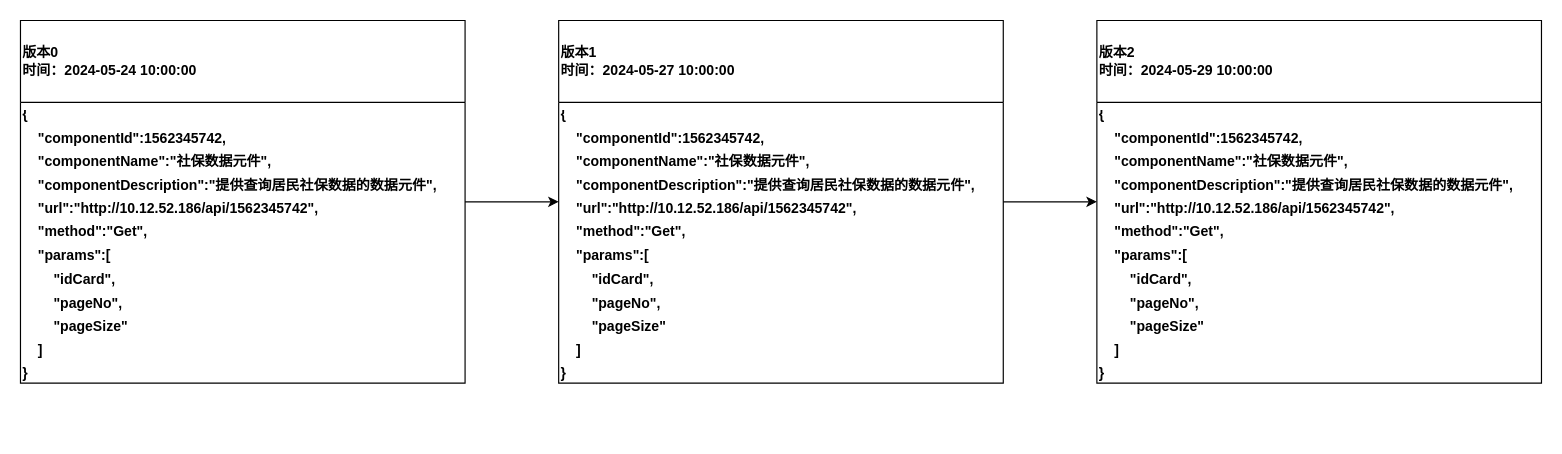
Earlier version of the draw.io diagram diagrams/history-chain.drawio (cenxi/utils). Source tidied: cells renumbered, new cells numbered last; positions are measured from the earlier drawing's top-left corner, leaving out a move shared by most shapes. Both pictures are drawn from the tidied source at 117%, with x=0, y=0 at pixel (20, 20).
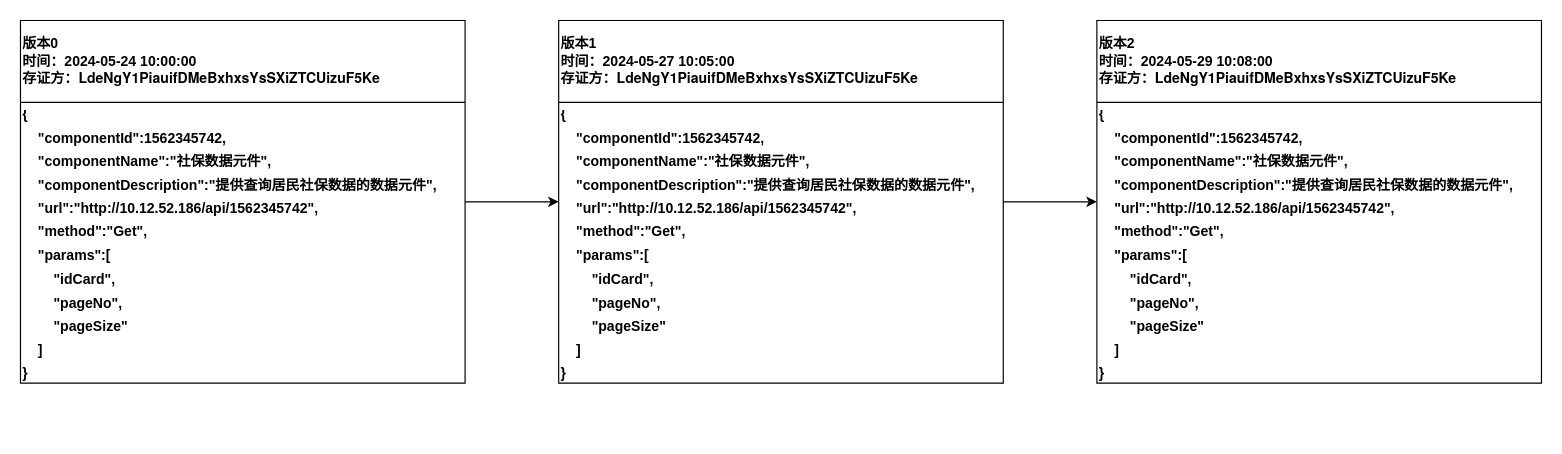
The same diagram, later.

The edit, as a diff of the source:
```diff
@@
 <mxGraphModel>
   <root>
     <mxCell id="0" />
     <mxCell id="1" parent="0" />
     <mxCell id="2" style="edgeStyle=orthogonalEdgeStyle;rounded=0;jettySize=auto;html=1;" parent="1" edge="1" source="3" target="6">
       <mxGeometry relative="1" as="geometry" />
     </mxCell>
-    <mxCell id="3" value="版本0&lt;div&gt;时间：2024-05-24 10:00:00&lt;/div&gt;" style="swimlane;whiteSpace=wrap;html=1;startSize=70;align=left;" parent="1" vertex="1">
+    <mxCell id="3" value="版本0&lt;div&gt;时间：2024-05-24 10:00:00&lt;/div&gt;&lt;div&gt;存证方：&lt;span style=&quot;background-color: rgb(255, 255, 255); font-family: &amp;quot;Helvetica Neue&amp;quot;, Helvetica, Arial, &amp;quot;PingFang SC&amp;quot;, &amp;quot;Hiragino Sans GB&amp;quot;, &amp;quot;Heiti SC&amp;quot;, &amp;quot;Microsoft YaHei&amp;quot;, &amp;quot;WenQuanYi Micro Hei&amp;quot;, sans-serif;&quot;&gt;&lt;font style=&quot;font-size: 12px;&quot;&gt;LdeNgY1PiauifDMeBxhxsYsSXiZTCUizuF5Ke&lt;/font&gt;&lt;/span&gt;&lt;/div&gt;" style="swimlane;whiteSpace=wrap;html=1;startSize=70;align=left;" parent="1" vertex="1">
       <mxGeometry width="380" height="310" as="geometry" />
     </mxCell>
     <mxCell id="4" value="&lt;h1 style=&quot;margin-top: 0px; line-height: 0%;&quot;&gt;&lt;font style=&quot;font-size: 12px;&quot;&gt;{&lt;/font&gt;&lt;/h1&gt;&lt;h1 style=&quot;margin-top: 0px; line-height: 0%;&quot;&gt;&lt;font style=&quot;font-size: 12px;&quot;&gt;&amp;nbsp; &amp;nbsp; &quot;componentId&quot;:1562345742,&lt;/font&gt;&lt;/h1&gt;&lt;h1 style=&quot;margin-top: 0px; line-height: 0%;&quot;&gt;&lt;font style=&quot;font-size: 12px;&quot;&gt;&amp;nbsp; &amp;nbsp; &quot;componentName&quot;:&quot;社保数据元件&quot;,&lt;/font&gt;&lt;/h1&gt;&lt;h1 style=&quot;margin-top: 0px; line-height: 0%;&quot;&gt;&lt;font style=&quot;font-size: 12px;&quot;&gt;&amp;nbsp; &amp;nbsp; &quot;componentDescription&quot;:&quot;提供查询居民社保数据的数据元件&quot;,&lt;/font&gt;&lt;/h1&gt;&lt;h1 style=&quot;margin-top: 0px; line-height: 0%;&quot;&gt;&lt;font style=&quot;font-size: 12px;&quot;&gt;&amp;nbsp; &amp;nbsp; &quot;url&quot;:&quot;http://10.12.52.186/api/1562345742&quot;,&lt;/font&gt;&lt;/h1&gt;&lt;h1 style=&quot;margin-top: 0px; line-height: 0%;&quot;&gt;&lt;font style=&quot;font-size: 12px;&quot;&gt;&amp;nbsp; &amp;nbsp; &quot;method&quot;:&quot;Get&quot;,&lt;/font&gt;&lt;/h1&gt;&lt;h1 style=&quot;margin-top: 0px; line-height: 0%;&quot;&gt;&lt;font style=&quot;font-size: 12px;&quot;&gt;&amp;nbsp; &amp;nbsp; &quot;params&quot;:[&lt;/font&gt;&lt;/h1&gt;&lt;h1 style=&quot;margin-top: 0px; line-height: 0%;&quot;&gt;&lt;font style=&quot;font-size: 12px;&quot;&gt;&amp;nbsp; &amp;nbsp; &amp;nbsp; &amp;nbsp; &quot;idCard&quot;,&lt;/font&gt;&lt;/h1&gt;&lt;h1 style=&quot;margin-top: 0px; line-height: 0%;&quot;&gt;&lt;font style=&quot;font-size: 12px;&quot;&gt;&amp;nbsp; &amp;nbsp; &amp;nbsp; &amp;nbsp; &quot;pageNo&quot;,&lt;/font&gt;&lt;/h1&gt;&lt;h1 style=&quot;margin-top: 0px; line-height: 0%;&quot;&gt;&lt;font style=&quot;font-size: 12px;&quot;&gt;&amp;nbsp; &amp;nbsp; &amp;nbsp; &amp;nbsp; &quot;pageSize&quot;&lt;/font&gt;&lt;/h1&gt;&lt;h1 style=&quot;margin-top: 0px; line-height: 0%;&quot;&gt;&lt;font style=&quot;font-size: 12px;&quot;&gt;&amp;nbsp; &amp;nbsp; ]&lt;/font&gt;&lt;/h1&gt;&lt;h1 style=&quot;margin-top: 0px; line-height: 0%;&quot;&gt;&lt;font style=&quot;font-size: 12px;&quot;&gt;}&lt;/font&gt;&lt;/h1&gt;" style="text;html=1;whiteSpace=wrap;overflow=hidden;rounded=0;" parent="3" vertex="1">
       <mxGeometry y="70" width="360" height="280" as="geometry" />
     </mxCell>
     <mxCell id="5" style="edgeStyle=orthogonalEdgeStyle;rounded=0;jettySize=auto;html=1;" parent="1" edge="1" source="6" target="8">
       <mxGeometry relative="1" as="geometry" />
     </mxCell>
-    <mxCell id="6" value="版本1&lt;div&gt;时间：2024-05-27 10:00:00&lt;/div&gt;" style="swimlane;whiteSpace=wrap;html=1;startSize=70;align=left;" parent="1" vertex="1">
+    <mxCell id="6" value="版本1&lt;div&gt;时间：2024-05-27 10:05:00&lt;/div&gt;&lt;div&gt;存证方：&lt;span style=&quot;background-color: rgb(255, 255, 255); font-family: &amp;quot;Helvetica Neue&amp;quot;, Helvetica, Arial, &amp;quot;PingFang SC&amp;quot;, &amp;quot;Hiragino Sans GB&amp;quot;, &amp;quot;Heiti SC&amp;quot;, &amp;quot;Microsoft YaHei&amp;quot;, &amp;quot;WenQuanYi Micro Hei&amp;quot;, sans-serif;&quot;&gt;LdeNgY1PiauifDMeBxhxsYsSXiZTCUizuF5Ke&lt;/span&gt;&lt;br&gt;&lt;/div&gt;" style="swimlane;whiteSpace=wrap;html=1;startSize=70;align=left;" parent="1" vertex="1">
       <mxGeometry x="460" width="380" height="310" as="geometry" />
     </mxCell>
     <mxCell id="7" value="&lt;h1 style=&quot;margin-top: 0px; line-height: 0%;&quot;&gt;&lt;font style=&quot;font-size: 12px;&quot;&gt;{&lt;/font&gt;&lt;/h1&gt;&lt;h1 style=&quot;margin-top: 0px; line-height: 0%;&quot;&gt;&lt;font style=&quot;font-size: 12px;&quot;&gt;&amp;nbsp; &amp;nbsp; &quot;componentId&quot;:1562345742,&lt;/font&gt;&lt;/h1&gt;&lt;h1 style=&quot;margin-top: 0px; line-height: 0%;&quot;&gt;&lt;font style=&quot;font-size: 12px;&quot;&gt;&amp;nbsp; &amp;nbsp; &quot;componentName&quot;:&quot;社保数据元件&quot;,&lt;/font&gt;&lt;/h1&gt;&lt;h1 style=&quot;margin-top: 0px; line-height: 0%;&quot;&gt;&lt;font style=&quot;font-size: 12px;&quot;&gt;&amp;nbsp; &amp;nbsp; &quot;componentDescription&quot;:&quot;提供查询居民社保数据的数据元件&quot;,&lt;/font&gt;&lt;/h1&gt;&lt;h1 style=&quot;margin-top: 0px; line-height: 0%;&quot;&gt;&lt;font style=&quot;font-size: 12px;&quot;&gt;&amp;nbsp; &amp;nbsp; &quot;url&quot;:&quot;http://10.12.52.186/api/1562345742&quot;,&lt;/font&gt;&lt;/h1&gt;&lt;h1 style=&quot;margin-top: 0px; line-height: 0%;&quot;&gt;&lt;font style=&quot;font-size: 12px;&quot;&gt;&amp;nbsp; &amp;nbsp; &quot;method&quot;:&quot;Get&quot;,&lt;/font&gt;&lt;/h1&gt;&lt;h1 style=&quot;margin-top: 0px; line-height: 0%;&quot;&gt;&lt;font style=&quot;font-size: 12px;&quot;&gt;&amp;nbsp; &amp;nbsp; &quot;params&quot;:[&lt;/font&gt;&lt;/h1&gt;&lt;h1 style=&quot;margin-top: 0px; line-height: 0%;&quot;&gt;&lt;font style=&quot;font-size: 12px;&quot;&gt;&amp;nbsp; &amp;nbsp; &amp;nbsp; &amp;nbsp; &quot;idCard&quot;,&lt;/font&gt;&lt;/h1&gt;&lt;h1 style=&quot;margin-top: 0px; line-height: 0%;&quot;&gt;&lt;font style=&quot;font-size: 12px;&quot;&gt;&amp;nbsp; &amp;nbsp; &amp;nbsp; &amp;nbsp; &quot;pageNo&quot;,&lt;/font&gt;&lt;/h1&gt;&lt;h1 style=&quot;margin-top: 0px; line-height: 0%;&quot;&gt;&lt;font style=&quot;font-size: 12px;&quot;&gt;&amp;nbsp; &amp;nbsp; &amp;nbsp; &amp;nbsp; &quot;pageSize&quot;&lt;/font&gt;&lt;/h1&gt;&lt;h1 style=&quot;margin-top: 0px; line-height: 0%;&quot;&gt;&lt;font style=&quot;font-size: 12px;&quot;&gt;&amp;nbsp; &amp;nbsp; ]&lt;/font&gt;&lt;/h1&gt;&lt;h1 style=&quot;margin-top: 0px; line-height: 0%;&quot;&gt;&lt;font style=&quot;font-size: 12px;&quot;&gt;}&lt;/font&gt;&lt;/h1&gt;" style="text;html=1;whiteSpace=wrap;overflow=hidden;rounded=0;" parent="6" vertex="1">
       <mxGeometry y="70" width="360" height="280" as="geometry" />
     </mxCell>
-    <mxCell id="8" value="版本2&lt;div&gt;时间：2024-05-29 10:00:00&lt;/div&gt;" style="swimlane;whiteSpace=wrap;html=1;startSize=70;align=left;" parent="1" vertex="1">
+    <mxCell id="8" value="版本2&lt;div&gt;时间：2024-05-29 10:08:00&lt;/div&gt;&lt;div&gt;存证方：&lt;span style=&quot;background-color: rgb(255, 255, 255); font-family: &amp;quot;Helvetica Neue&amp;quot;, Helvetica, Arial, &amp;quot;PingFang SC&amp;quot;, &amp;quot;Hiragino Sans GB&amp;quot;, &amp;quot;Heiti SC&amp;quot;, &amp;quot;Microsoft YaHei&amp;quot;, &amp;quot;WenQuanYi Micro Hei&amp;quot;, sans-serif;&quot;&gt;LdeNgY1PiauifDMeBxhxsYsSXiZTCUizuF5Ke&lt;/span&gt;&lt;br&gt;&lt;/div&gt;" style="swimlane;whiteSpace=wrap;html=1;startSize=70;align=left;" parent="1" vertex="1">
       <mxGeometry x="920" width="380" height="310" as="geometry" />
     </mxCell>
     <mxCell id="9" value="&lt;h1 style=&quot;margin-top: 0px; line-height: 0%;&quot;&gt;&lt;font style=&quot;font-size: 12px;&quot;&gt;{&lt;/font&gt;&lt;/h1&gt;&lt;h1 style=&quot;margin-top: 0px; line-height: 0%;&quot;&gt;&lt;font style=&quot;font-size: 12px;&quot;&gt;&amp;nbsp; &amp;nbsp; &quot;componentId&quot;:1562345742,&lt;/font&gt;&lt;/h1&gt;&lt;h1 style=&quot;margin-top: 0px; line-height: 0%;&quot;&gt;&lt;font style=&quot;font-size: 12px;&quot;&gt;&amp;nbsp; &amp;nbsp; &quot;componentName&quot;:&quot;社保数据元件&quot;,&lt;/font&gt;&lt;/h1&gt;&lt;h1 style=&quot;margin-top: 0px; line-height: 0%;&quot;&gt;&lt;font style=&quot;font-size: 12px;&quot;&gt;&amp;nbsp; &amp;nbsp; &quot;componentDescription&quot;:&quot;提供查询居民社保数据的数据元件&quot;,&lt;/font&gt;&lt;/h1&gt;&lt;h1 style=&quot;margin-top: 0px; line-height: 0%;&quot;&gt;&lt;font style=&quot;font-size: 12px;&quot;&gt;&amp;nbsp; &amp;nbsp; &quot;url&quot;:&quot;http://10.12.52.186/api/1562345742&quot;,&lt;/font&gt;&lt;/h1&gt;&lt;h1 style=&quot;margin-top: 0px; line-height: 0%;&quot;&gt;&lt;font style=&quot;font-size: 12px;&quot;&gt;&amp;nbsp; &amp;nbsp; &quot;method&quot;:&quot;Get&quot;,&lt;/font&gt;&lt;/h1&gt;&lt;h1 style=&quot;margin-top: 0px; line-height: 0%;&quot;&gt;&lt;font style=&quot;font-size: 12px;&quot;&gt;&amp;nbsp; &amp;nbsp; &quot;params&quot;:[&lt;/font&gt;&lt;/h1&gt;&lt;h1 style=&quot;margin-top: 0px; line-height: 0%;&quot;&gt;&lt;font style=&quot;font-size: 12px;&quot;&gt;&amp;nbsp; &amp;nbsp; &amp;nbsp; &amp;nbsp; &quot;idCard&quot;,&lt;/font&gt;&lt;/h1&gt;&lt;h1 style=&quot;margin-top: 0px; line-height: 0%;&quot;&gt;&lt;font style=&quot;font-size: 12px;&quot;&gt;&amp;nbsp; &amp;nbsp; &amp;nbsp; &amp;nbsp; &quot;pageNo&quot;,&lt;/font&gt;&lt;/h1&gt;&lt;h1 style=&quot;margin-top: 0px; line-height: 0%;&quot;&gt;&lt;font style=&quot;font-size: 12px;&quot;&gt;&amp;nbsp; &amp;nbsp; &amp;nbsp; &amp;nbsp; &quot;pageSize&quot;&lt;/font&gt;&lt;/h1&gt;&lt;h1 style=&quot;margin-top: 0px; line-height: 0%;&quot;&gt;&lt;font style=&quot;font-size: 12px;&quot;&gt;&amp;nbsp; &amp;nbsp; ]&lt;/font&gt;&lt;/h1&gt;&lt;h1 style=&quot;margin-top: 0px; line-height: 0%;&quot;&gt;&lt;font style=&quot;font-size: 12px;&quot;&gt;}&lt;/font&gt;&lt;/h1&gt;" style="text;html=1;whiteSpace=wrap;overflow=hidden;rounded=0;" parent="8" vertex="1">
       <mxGeometry y="70" width="360" height="280" as="geometry" />
     </mxCell>
   </root>
 </mxGraphModel>
```
